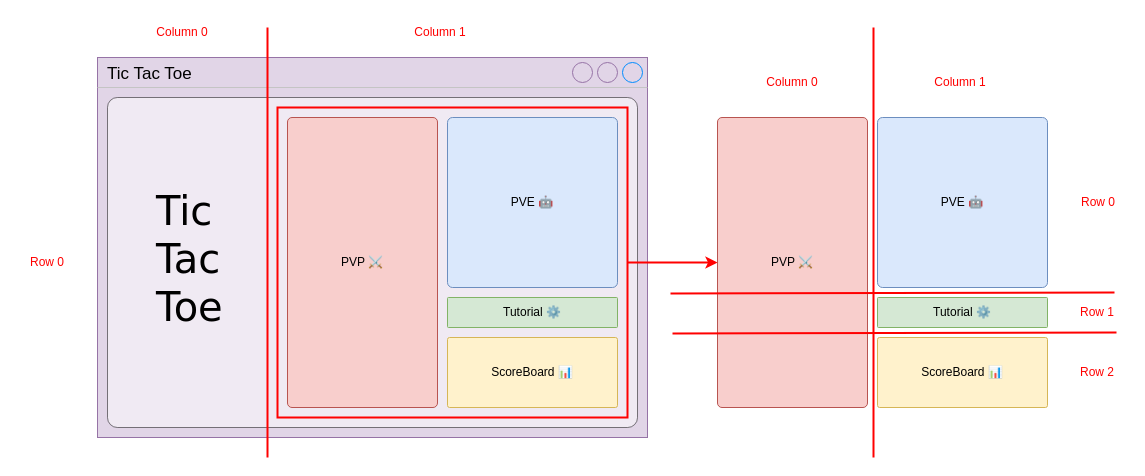
Before: planning/Sprint2_Design/Design_Sprint2.drawio in MichaelHayesMC/Tic-Tac-Toe, a draw.io diagram. Source tidied: cells renumbered, new cells numbered last; positions are measured from the earlier drawing's top-left corner, leaving out a move shared by most shapes. Both pictures are drawn from the tidied source at 100%, with x=0, y=0 at pixel (17, 17).
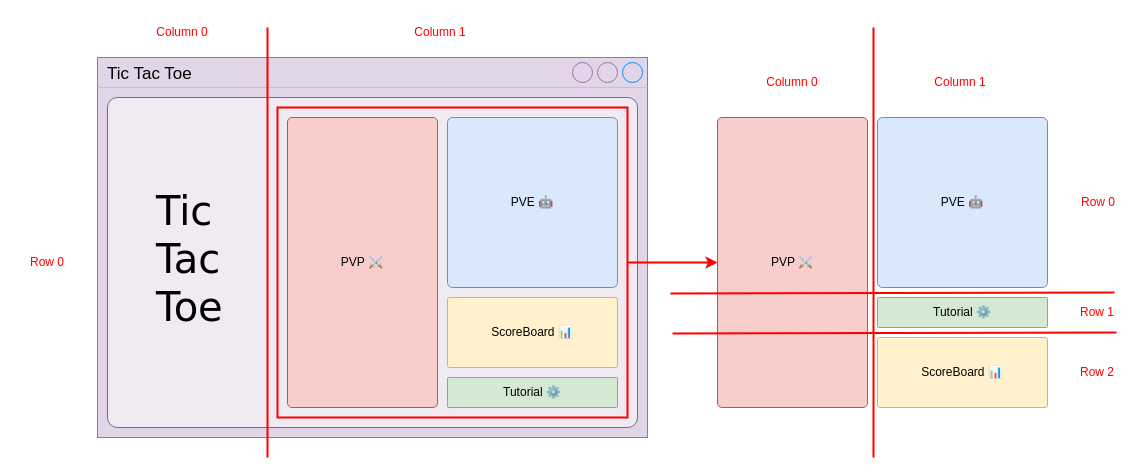
Above is the later version.

Commit message:
Final Design Sprint 2 Finished

What changed in the source:
```diff
@@
     <mxCell id="6" value="ScoreBoard&amp;nbsp;📊" style="rounded=1;whiteSpace=wrap;html=1;arcSize=3;fillColor=#fff2cc;strokeColor=#d6b656;glass=0;" parent="1" vertex="1">
-      <mxGeometry x="430" y="320" width="170" height="70" as="geometry" />
+      <mxGeometry x="430" y="280" width="170" height="70" as="geometry" />
     </mxCell>
@@
-    <mxCell id="9" value="PVP ⚔️" style="rounded=1;whiteSpace=wrap;html=1;arcSize=3;fillColor=#f8cecc;strokeColor=#b85450;" parent="1" vertex="1">
+    <mxCell id="9" value="PVP&amp;nbsp;&lt;span style=&quot;color: rgb(0, 0, 0);&quot;&gt;⚔️&lt;/span&gt;" style="rounded=1;whiteSpace=wrap;html=1;arcSize=3;fillColor=#f8cecc;strokeColor=#b85450;" parent="1" vertex="1">
       <mxGeometry x="270" y="100" width="150" height="290" as="geometry" />
     </mxCell>
-    <mxCell id="10" value="Tutorial&amp;nbsp;⚙️" style="rounded=1;whiteSpace=wrap;html=1;arcSize=3;fillColor=#d5e8d4;strokeColor=#82b366;" parent="1" vertex="1">
-      <mxGeometry x="430" y="280" width="170" height="30" as="geometry" />
+    <mxCell id="10" value="Tutorial&amp;nbsp;⚙️" style="rounded=1;whiteSpace=wrap;html=1;arcSize=3;fillColor=#D5E8D4;strokeColor=#82b366;" parent="1" vertex="1">
+      <mxGeometry x="430" y="360" width="170" height="30" as="geometry" />
     </mxCell>
```
